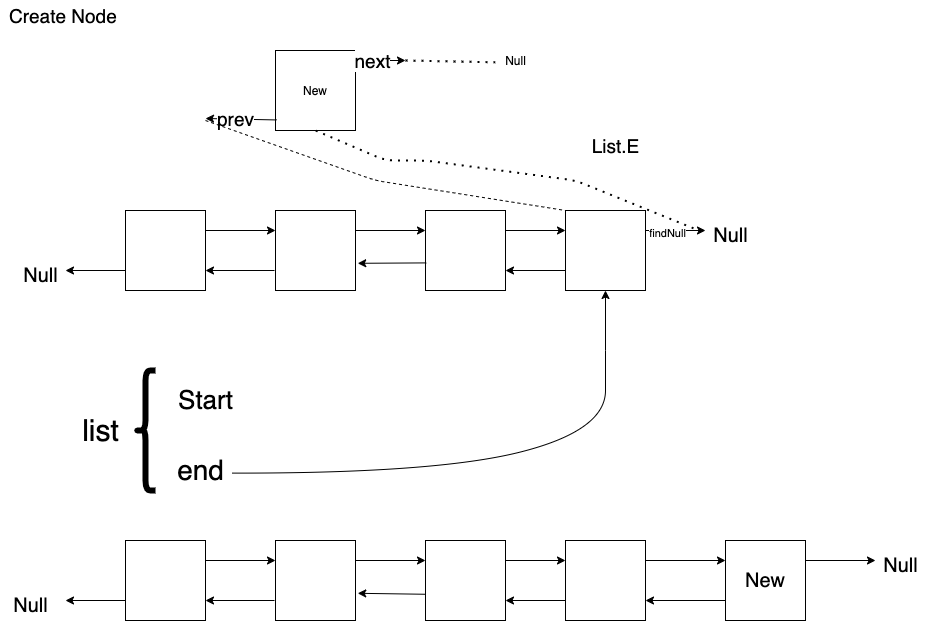
Earlier version of the draw.io export img/Enter.png (stevengogogo/DSA-WastonAbili). Source tidied: cells renumbered, new cells last; positions are measured from the earlier drawing's top-left corner, leaving out a move shared by most shapes.
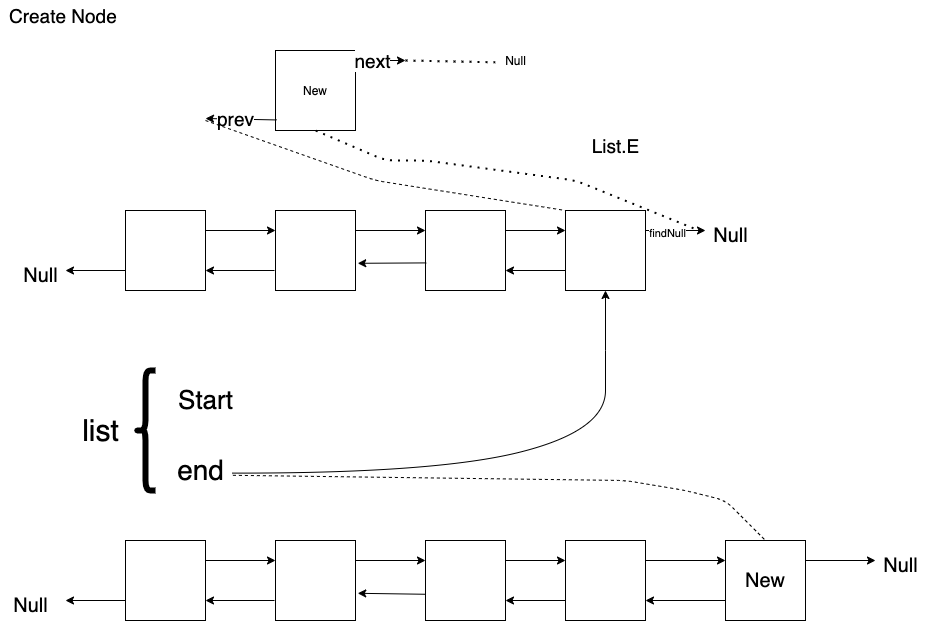
The same file after the commit.

What changed in the source:
```diff
@@ -182,5 +182,14 @@
         </Array>
       </mxGeometry>
     </mxCell>
+    <mxCell id="50" style="endArrow=none;dashed=1;html=1;exitX=1.04;exitY=0.62;exitDx=0;exitDy=0;exitPerimeter=0;entryX=0.5;entryY=0;entryDx=0;entryDy=0;" parent="1" edge="1" source="47" target="10">
+      <mxGeometry relative="1" as="geometry">
+        <Array as="points">
+          <mxPoint x="625" y="480" />
+          <mxPoint x="685" y="490" />
+          <mxPoint x="725" y="500" />
+        </Array>
+      </mxGeometry>
+    </mxCell>
   </root>
 </mxGraphModel>
```
